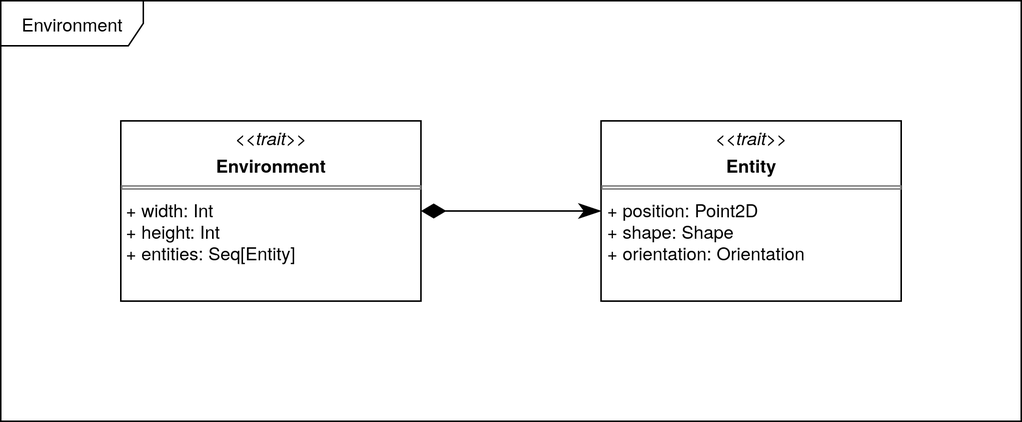
Before: docs/static/img/04-detailed-design/environment.png, a diagram exported from draw.io (Scala-Robotics-Simulator/PPS-22-srs). Source tidied: cells renumbered, new cells last; positions are measured from the earlier drawing's top-left corner, leaving out a move shared by most shapes.
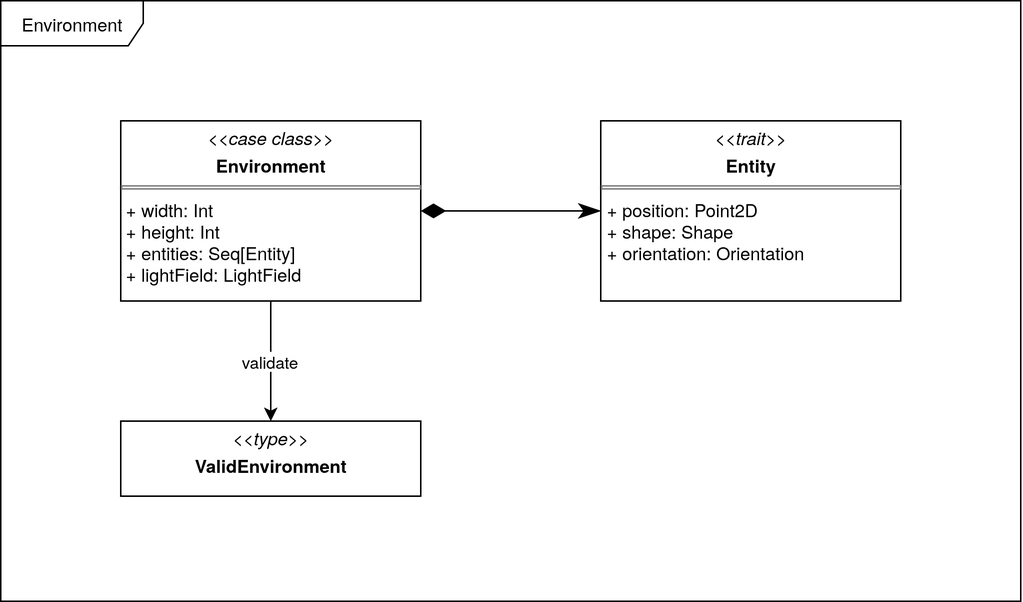
The same file after the commit.

What changed in the source:
```diff
@@ -2,17 +2,26 @@
   <root>
     <mxCell id="0" />
     <mxCell id="1" parent="0" />
-    <mxCell id="2" value="&lt;p style=&quot;margin:0px;margin-top:4px;text-align:center;&quot;&gt;&lt;i&gt;&amp;lt;&amp;lt;trait&amp;gt;&amp;gt;&lt;/i&gt;&lt;/p&gt;&lt;p style=&quot;margin:0px;margin-top:4px;text-align:center;&quot;&gt;&lt;b&gt;Environment&lt;/b&gt;&lt;/p&gt;&lt;hr size=&quot;1&quot; style=&quot;border-style:solid;&quot;&gt;&lt;div&gt;&amp;nbsp;+ width: Int&lt;/div&gt;&lt;div&gt;&amp;nbsp;+ height: Int&lt;/div&gt;&lt;div&gt;&amp;nbsp;+ entities: Seq[Entity]&lt;/div&gt;&lt;div&gt;&lt;br&gt;&lt;/div&gt;" style="verticalAlign=top;align=left;overflow=fill;html=1;whiteSpace=wrap;" parent="1" vertex="1">
-      <mxGeometry x="80" y="80" width="200" height="120" as="geometry" />
+    <mxCell id="2" style="edgeStyle=orthogonalEdgeStyle;rounded=0;jettySize=auto;html=1;exitX=0.5;exitY=1;exitDx=0;exitDy=0;entryX=0.5;entryY=0;entryDx=0;entryDy=0;" parent="1" edge="1" source="4" target="8">
+      <mxGeometry relative="1" as="geometry" />
     </mxCell>
-    <mxCell id="3" value="&lt;p style=&quot;margin:0px;margin-top:4px;text-align:center;&quot;&gt;&lt;i&gt;&amp;lt;&amp;lt;trait&amp;gt;&amp;gt;&lt;/i&gt;&lt;/p&gt;&lt;p style=&quot;margin:0px;margin-top:4px;text-align:center;&quot;&gt;&lt;b&gt;Entity&lt;/b&gt;&lt;/p&gt;&lt;hr size=&quot;1&quot; style=&quot;border-style:solid;&quot;&gt;&lt;p style=&quot;margin:0px;margin-left:4px;&quot;&gt;+ position: Point2D&lt;/p&gt;&lt;p style=&quot;margin:0px;margin-left:4px;&quot;&gt;+ shape: Shape&lt;/p&gt;&lt;p style=&quot;margin:0px;margin-left:4px;&quot;&gt;+ orientation: Orientation&lt;/p&gt;" style="verticalAlign=top;align=left;overflow=fill;html=1;whiteSpace=wrap;" parent="1" vertex="1">
-      <mxGeometry x="400" y="80" width="200" height="120" as="geometry" />
+    <mxCell id="3" value="validate" style="edgeLabel;html=1;align=center;verticalAlign=middle;points=[];" parent="2" vertex="1">
+      <mxGeometry x="-0.01" y="-1" relative="1" as="geometry" />
     </mxCell>
-    <mxCell id="4" style="endArrow=classicThin;html=1;endSize=12;startArrow=diamondThin;startSize=14;startFill=1;edgeStyle=orthogonalEdgeStyle;align=left;verticalAlign=bottom;rounded=0;exitX=1;exitY=0.5;exitDx=0;exitDy=0;endFill=1;entryX=0;entryY=0.5;entryDx=0;entryDy=0;" parent="1" edge="1" source="2" target="3">
-      <mxGeometry x="-1" y="3" relative="1" as="geometry" />
+    <mxCell id="4" value="&lt;p style=&quot;margin:0px;margin-top:4px;text-align:center;&quot;&gt;&lt;i&gt;&amp;lt;&amp;lt;case class&amp;gt;&amp;gt;&lt;/i&gt;&lt;/p&gt;&lt;p style=&quot;margin:0px;margin-top:4px;text-align:center;&quot;&gt;&lt;b&gt;Environment&lt;/b&gt;&lt;/p&gt;&lt;hr size=&quot;1&quot; style=&quot;border-style:solid;&quot;&gt;&lt;div&gt;&amp;nbsp;+ width: Int&lt;/div&gt;&lt;div&gt;&amp;nbsp;+ height: Int&lt;/div&gt;&lt;div&gt;&amp;nbsp;+ entities: Seq[Entity]&lt;/div&gt;&lt;div&gt;&amp;nbsp;+ lightField: LightField&lt;/div&gt;&lt;div&gt;&lt;br&gt;&lt;/div&gt;" style="verticalAlign=top;align=left;overflow=fill;html=1;whiteSpace=wrap;" parent="1" vertex="1">
+      <mxGeometry x="-320" width="200" height="120" as="geometry" />
     </mxCell>
-    <mxCell id="5" value="&lt;div&gt;Environment&lt;/div&gt;" style="shape=umlFrame;whiteSpace=wrap;html=1;width=95;height=30;" parent="1" vertex="1">
-      <mxGeometry width="680" height="280" as="geometry" />
+    <mxCell id="5" value="&lt;p style=&quot;margin:0px;margin-top:4px;text-align:center;&quot;&gt;&lt;i&gt;&amp;lt;&amp;lt;trait&amp;gt;&amp;gt;&lt;/i&gt;&lt;/p&gt;&lt;p style=&quot;margin:0px;margin-top:4px;text-align:center;&quot;&gt;&lt;b&gt;Entity&lt;/b&gt;&lt;/p&gt;&lt;hr size=&quot;1&quot; style=&quot;border-style:solid;&quot;&gt;&lt;p style=&quot;margin:0px;margin-left:4px;&quot;&gt;+ position: Point2D&lt;/p&gt;&lt;p style=&quot;margin:0px;margin-left:4px;&quot;&gt;+ shape: Shape&lt;/p&gt;&lt;p style=&quot;margin:0px;margin-left:4px;&quot;&gt;+ orientation: Orientation&lt;/p&gt;" style="verticalAlign=top;align=left;overflow=fill;html=1;whiteSpace=wrap;" parent="1" vertex="1">
+      <mxGeometry width="200" height="120" as="geometry" />
     </mxCell>
+    <mxCell id="6" style="endArrow=classicThin;html=1;endSize=12;startArrow=diamondThin;startSize=14;startFill=1;edgeStyle=orthogonalEdgeStyle;align=left;verticalAlign=bottom;rounded=0;exitX=1;exitY=0.5;exitDx=0;exitDy=0;endFill=1;entryX=0;entryY=0.5;entryDx=0;entryDy=0;" parent="1" edge="1" source="4" target="5">
+      <mxGeometry x="-1" y="3" relative="1" as="geometry" />
+    </mxCell>
+    <mxCell id="7" value="&lt;div&gt;Environment&lt;/div&gt;" style="shape=umlFrame;whiteSpace=wrap;html=1;width=95;height=30;" parent="1" vertex="1">
+      <mxGeometry x="-400" y="-80" width="680" height="400" as="geometry" />
+    </mxCell>
+    <mxCell id="8" value="&lt;p style=&quot;margin:0px;margin-top:4px;text-align:center;&quot;&gt;&lt;i&gt;&amp;lt;&amp;lt;type&amp;gt;&amp;gt;&lt;/i&gt;&lt;/p&gt;&lt;p style=&quot;margin:0px;margin-top:4px;text-align:center;&quot;&gt;&lt;b&gt;ValidEnvironment&lt;/b&gt;&lt;/p&gt;" style="verticalAlign=top;align=left;overflow=fill;html=1;whiteSpace=wrap;" parent="1" vertex="1">
+      <mxGeometry x="-320" y="200" width="200" height="50" as="geometry" />
+    </mxCell>
   </root>
 </mxGraphModel>
```
